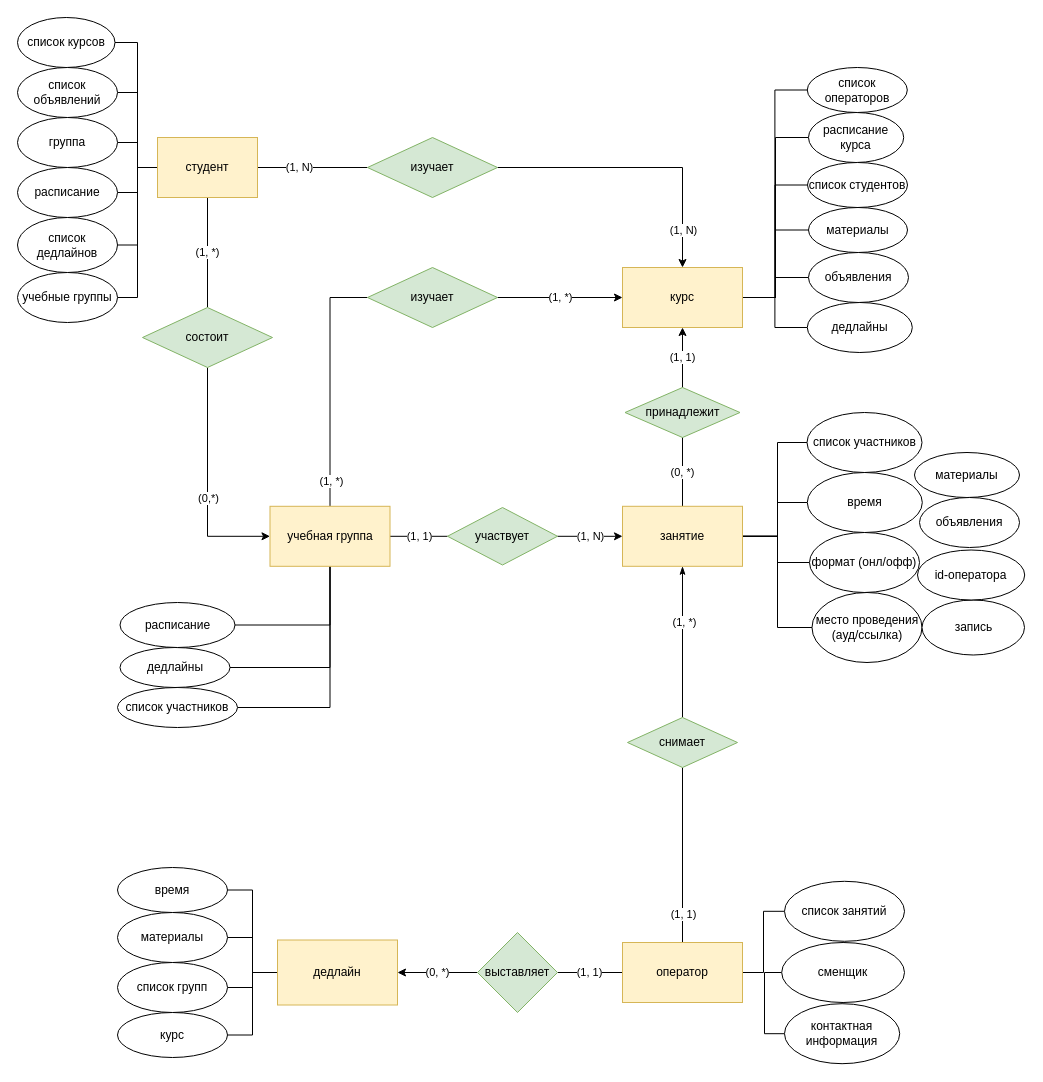
goozlike/LectorPlus-database keeps this draw.io diagram as Untitled Diagram.drawio. Above is the earlier version. Source tidied: cells renumbered, new cells numbered last; positions are measured from the earlier drawing's top-left corner, leaving out a move shared by most shapes. Both pictures are drawn from the tidied source at 100%, with x=0, y=0 at pixel (17, 17).
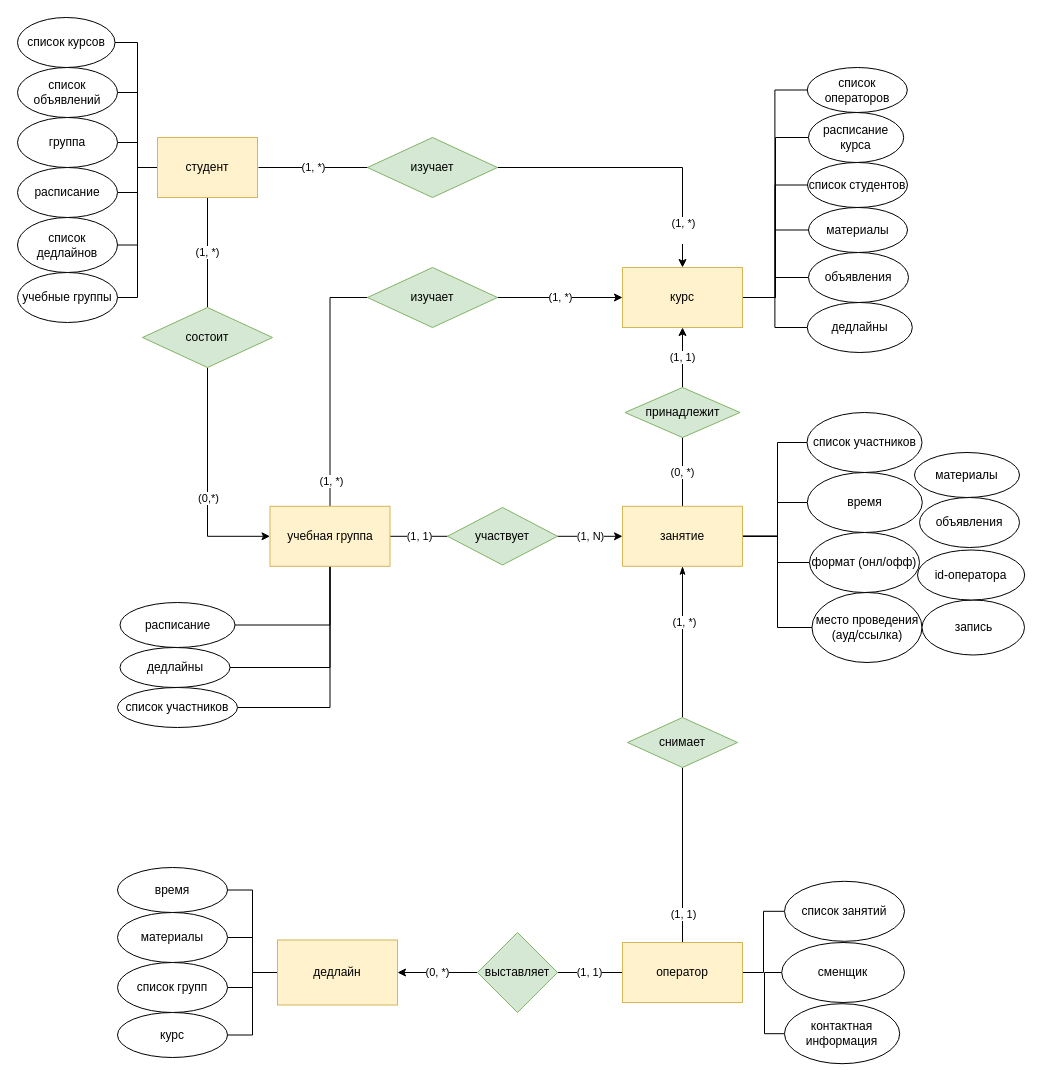
Above is the later version.

Unchanged cells that the change refers to:
```xml
<mxCell id="11" value="студент" style="rounded=0;whiteSpace=wrap;html=1;fillColor=#fff2cc;strokeColor=#d6b656;" parent="1" vertex="1">
  <mxGeometry x="140" y="120" width="100" height="60" as="geometry" />
</mxCell>
<mxCell id="19" style="edgeStyle=orthogonalEdgeStyle;rounded=0;jettySize=auto;html=1;" parent="1" edge="1" source="21" target="18">
  <mxGeometry relative="1" as="geometry" />
</mxCell>
<mxCell id="21" value="изучает" style="rhombus;whiteSpace=wrap;html=1;fillColor=#d5e8d4;strokeColor=#82b366;" parent="1" vertex="1">
  <mxGeometry x="350" y="120" width="130" height="60" as="geometry" />
</mxCell>
```

The edit, as a diff of the source:
```diff
@@
-    <mxCell id="2" style="edgeStyle=orthogonalEdgeStyle;rounded=0;jettySize=auto;html=1;entryX=0;entryY=0.5;entryDx=0;entryDy=0;endArrow=none;endFill=0;" parent="1" edge="1" source="11" target="21">
-      <mxGeometry relative="1" as="geometry" />
+    <mxCell id="2" value="(1, *)" style="edgeStyle=orthogonalEdgeStyle;rounded=0;orthogonalLoop=1;jettySize=auto;html=1;entryX=0;entryY=0.5;entryDx=0;entryDy=0;endArrow=none;endFill=0;" parent="1" edge="1">
+      <mxGeometry relative="1" as="geometry">
+        <mxPoint x="241" y="150" as="sourcePoint" />
+        <mxPoint x="351" y="150" as="targetPoint" />
+      </mxGeometry>
     </mxCell>
-    <mxCell id="3" value="(1, N)" style="edgeLabel;html=1;align=center;verticalAlign=middle;" parent="2" vertex="1">
-      <mxGeometry x="-0.25" y="1" relative="1" as="geometry" />
-    </mxCell>
@@
-    <mxCell id="20" value="(1, N)" style="edgeLabel;html=1;align=center;verticalAlign=middle;" parent="19" vertex="1">
-      <mxGeometry x="0.73" relative="1" as="geometry" />
-    </mxCell>
+    <mxCell id="95" value="&lt;div&gt;(1, *)&lt;/div&gt;&lt;div&gt;&lt;br&gt;&lt;/div&gt;" style="edgeLabel;html=1;align=center;verticalAlign=middle;" parent="19" vertex="1">
+      <mxGeometry x="0.73" relative="1" as="geometry" />
+    </mxCell>
```
